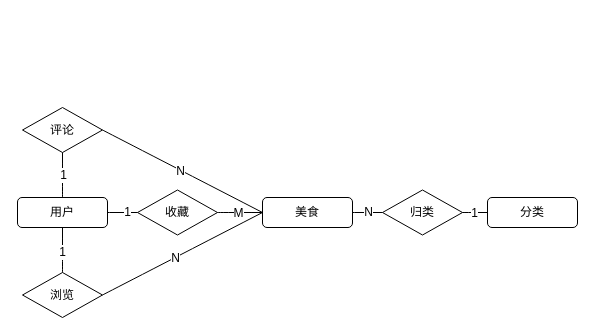
Above: food_er.drawio in asharca/drawio (draw.io), before the change. Source tidied: cells renumbered, new cells numbered last; positions are measured from the earlier drawing's top-left corner, leaving out a move shared by most shapes. Both pictures are drawn from the tidied source at 100%, with x=0, y=0 at pixel (17, 107).
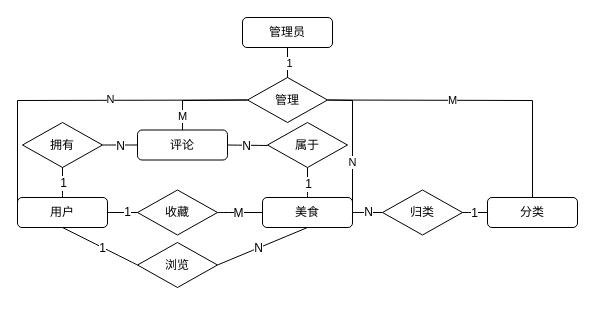
The same page after the edit.

Unchanged cells that the change refers to:
```xml
<mxCell id="2" value="用户" style="rounded=1;whiteSpace=wrap;html=1;" parent="1" vertex="1">
  <mxGeometry y="90" width="90" height="30" as="geometry" />
</mxCell>
<mxCell id="3" value="美食" style="rounded=1;whiteSpace=wrap;html=1;" parent="1" vertex="1">
  <mxGeometry x="245" y="90" width="90" height="30" as="geometry" />
</mxCell>
<mxCell id="20" value="分类" style="rounded=1;whiteSpace=wrap;html=1;" parent="1" vertex="1">
  <mxGeometry x="470" y="90" width="90" height="30" as="geometry" />
</mxCell>
```

The edit, as a diff of the source:
```diff
@@
-    <mxCell id="9" value="评论" style="rhombus;whiteSpace=wrap;html=1;" parent="1" vertex="1">
-      <mxGeometry x="5" width="80" height="45" as="geometry" />
+    <mxCell id="9" value="拥有" style="rhombus;whiteSpace=wrap;html=1;" parent="1" vertex="1">
+      <mxGeometry x="5" y="15" width="80" height="45" as="geometry" />
     </mxCell>
@@
-    <mxCell id="12" style="endArrow=none;html=1;rounded=0;fontSize=12;startSize=8;endSize=8;curved=1;exitX=1;exitY=0.5;exitDx=0;exitDy=0;entryX=0;entryY=0.5;entryDx=0;entryDy=0;" parent="1" edge="1" source="9" target="3">
+    <mxCell id="12" style="endArrow=none;html=1;rounded=0;fontSize=12;startSize=8;endSize=8;curved=1;exitX=1;exitY=0.5;exitDx=0;exitDy=0;entryX=0;entryY=0.5;entryDx=0;entryDy=0;" parent="1" edge="1" source="9" target="27">
       <mxGeometry relative="1" as="geometry" />
     </mxCell>
@@
     <mxCell id="14" value="浏览" style="rhombus;whiteSpace=wrap;html=1;" parent="1" vertex="1">
-      <mxGeometry x="5" y="165" width="80" height="45" as="geometry" />
+      <mxGeometry x="120" y="135" width="80" height="45" as="geometry" />
     </mxCell>
-    <mxCell id="15" style="endArrow=none;html=1;rounded=0;fontSize=12;startSize=8;endSize=8;curved=1;entryX=0.5;entryY=1;entryDx=0;entryDy=0;" parent="1" edge="1" source="14" target="2">
+    <mxCell id="15" style="endArrow=none;html=1;rounded=0;fontSize=12;startSize=8;endSize=8;curved=1;entryX=0.5;entryY=1;entryDx=0;entryDy=0;exitX=0;exitY=0.5;exitDx=0;exitDy=0;" parent="1" edge="1" source="14" target="2">
       <mxGeometry relative="1" as="geometry" />
     </mxCell>
@@
-    <mxCell id="17" style="endArrow=none;html=1;rounded=0;fontSize=12;startSize=8;endSize=8;curved=1;exitX=1;exitY=0.5;exitDx=0;exitDy=0;entryX=0;entryY=0.5;entryDx=0;entryDy=0;" parent="1" edge="1" source="14" target="3">
+    <mxCell id="17" style="endArrow=none;html=1;rounded=0;fontSize=12;startSize=8;endSize=8;curved=1;exitX=1;exitY=0.5;exitDx=0;exitDy=0;entryX=0.5;entryY=1;entryDx=0;entryDy=0;" parent="1" edge="1" source="14" target="3">
       <mxGeometry relative="1" as="geometry" />
     </mxCell>
@@
+    <mxCell id="25" value="管理员" style="rounded=1;whiteSpace=wrap;html=1;" parent="1" vertex="1">
+      <mxGeometry x="225" y="-90" width="90" height="30" as="geometry" />
+    </mxCell>
+    <mxCell id="26" value="管理" style="rhombus;whiteSpace=wrap;html=1;" parent="1" vertex="1">
+      <mxGeometry x="230" y="-30" width="80" height="45" as="geometry" />
+    </mxCell>
+    <mxCell id="27" value="评论" style="rounded=1;whiteSpace=wrap;html=1;" parent="1" vertex="1">
+      <mxGeometry x="120" y="22.5" width="90" height="30" as="geometry" />
+    </mxCell>
+    <mxCell id="28" value="属于" style="rhombus;whiteSpace=wrap;html=1;" parent="1" vertex="1">
+      <mxGeometry x="250" y="15" width="80" height="45" as="geometry" />
+    </mxCell>
+    <mxCell id="29" style="endArrow=none;html=1;rounded=0;fontSize=12;startSize=8;endSize=8;curved=1;exitX=1;exitY=0.5;exitDx=0;exitDy=0;" parent="1" edge="1" source="27">
+      <mxGeometry relative="1" as="geometry">
+        <mxPoint x="250" y="38" as="targetPoint" />
+      </mxGeometry>
+    </mxCell>
+    <mxCell id="30" value="N" style="edgeLabel;html=1;align=center;verticalAlign=middle;fontSize=12;" parent="29" vertex="1">
+      <mxGeometry x="-0.03" relative="1" as="geometry">
+        <mxPoint y="1" as="offset" />
+      </mxGeometry>
+    </mxCell>
+    <mxCell id="31" style="endArrow=none;html=1;rounded=0;fontSize=12;startSize=8;endSize=8;curved=1;exitX=0.5;exitY=0;exitDx=0;exitDy=0;entryX=0.5;entryY=1;entryDx=0;entryDy=0;" parent="1" edge="1" source="3" target="28">
+      <mxGeometry relative="1" as="geometry" />
+    </mxCell>
+    <mxCell id="32" value="1" style="edgeLabel;html=1;align=center;verticalAlign=middle;fontSize=12;" parent="31" vertex="1">
+      <mxGeometry x="-0.03" relative="1" as="geometry">
+        <mxPoint y="1" as="offset" />
+      </mxGeometry>
+    </mxCell>
+    <mxCell id="33" style="endArrow=none;html=1;rounded=0;entryX=0.5;entryY=1;entryDx=0;entryDy=0;" parent="1" edge="1" source="26" target="25">
+      <mxGeometry relative="1" as="geometry" />
+    </mxCell>
+    <mxCell id="34" value="1" style="edgeLabel;html=1;align=center;verticalAlign=middle;" parent="33" vertex="1">
+      <mxGeometry y="-1" relative="1" as="geometry" />
+    </mxCell>
+    <mxCell id="35" style="endArrow=none;html=1;rounded=0;entryX=0;entryY=0.5;entryDx=0;entryDy=0;exitX=0;exitY=0.5;exitDx=0;exitDy=0;" parent="1" edge="1" source="2" target="26">
+      <mxGeometry relative="1" as="geometry">
+        <Array as="points">
+          <mxPoint y="-7" />
+        </Array>
+      </mxGeometry>
+    </mxCell>
+    <mxCell id="36" value="N" style="edgeLabel;html=1;align=center;verticalAlign=middle;" parent="35" vertex="1">
+      <mxGeometry x="0.2" y="1" relative="1" as="geometry" />
+    </mxCell>
+    <mxCell id="37" style="endArrow=none;html=1;rounded=0;exitX=0.5;exitY=0;exitDx=0;exitDy=0;entryX=0;entryY=0.5;entryDx=0;entryDy=0;" parent="1" edge="1" source="27" target="26">
+      <mxGeometry relative="1" as="geometry">
+        <Array as="points">
+          <mxPoint x="165" y="-7" />
+        </Array>
+      </mxGeometry>
+    </mxCell>
+    <mxCell id="38" value="M" style="edgeLabel;html=1;align=center;verticalAlign=middle;" parent="37" vertex="1">
+      <mxGeometry x="-0.71" y="1" relative="1" as="geometry" />
+    </mxCell>
+    <mxCell id="39" style="endArrow=none;html=1;rounded=0;exitX=1;exitY=0.5;exitDx=0;exitDy=0;entryX=1;entryY=0.25;entryDx=0;entryDy=0;" parent="1" edge="1" source="26" target="3">
+      <mxGeometry relative="1" as="geometry">
+        <Array as="points">
+          <mxPoint x="335" y="-7" />
+        </Array>
+      </mxGeometry>
+    </mxCell>
+    <mxCell id="40" value="N" style="edgeLabel;html=1;align=center;verticalAlign=middle;" parent="39" vertex="1">
+      <mxGeometry x="0.34" y="-1" relative="1" as="geometry" />
+    </mxCell>
+    <mxCell id="41" style="endArrow=none;html=1;rounded=0;entryX=0.5;entryY=0;entryDx=0;entryDy=0;exitX=1;exitY=0.5;exitDx=0;exitDy=0;" parent="1" edge="1" source="26" target="20">
+      <mxGeometry relative="1" as="geometry">
+        <Array as="points">
+          <mxPoint x="515" y="-7" />
+        </Array>
+      </mxGeometry>
+    </mxCell>
+    <mxCell id="42" value="M" style="edgeLabel;html=1;align=center;verticalAlign=middle;" parent="41" vertex="1">
+      <mxGeometry x="-0.18" y="3" relative="1" as="geometry">
+        <mxPoint y="3" as="offset" />
+      </mxGeometry>
+    </mxCell>
```
